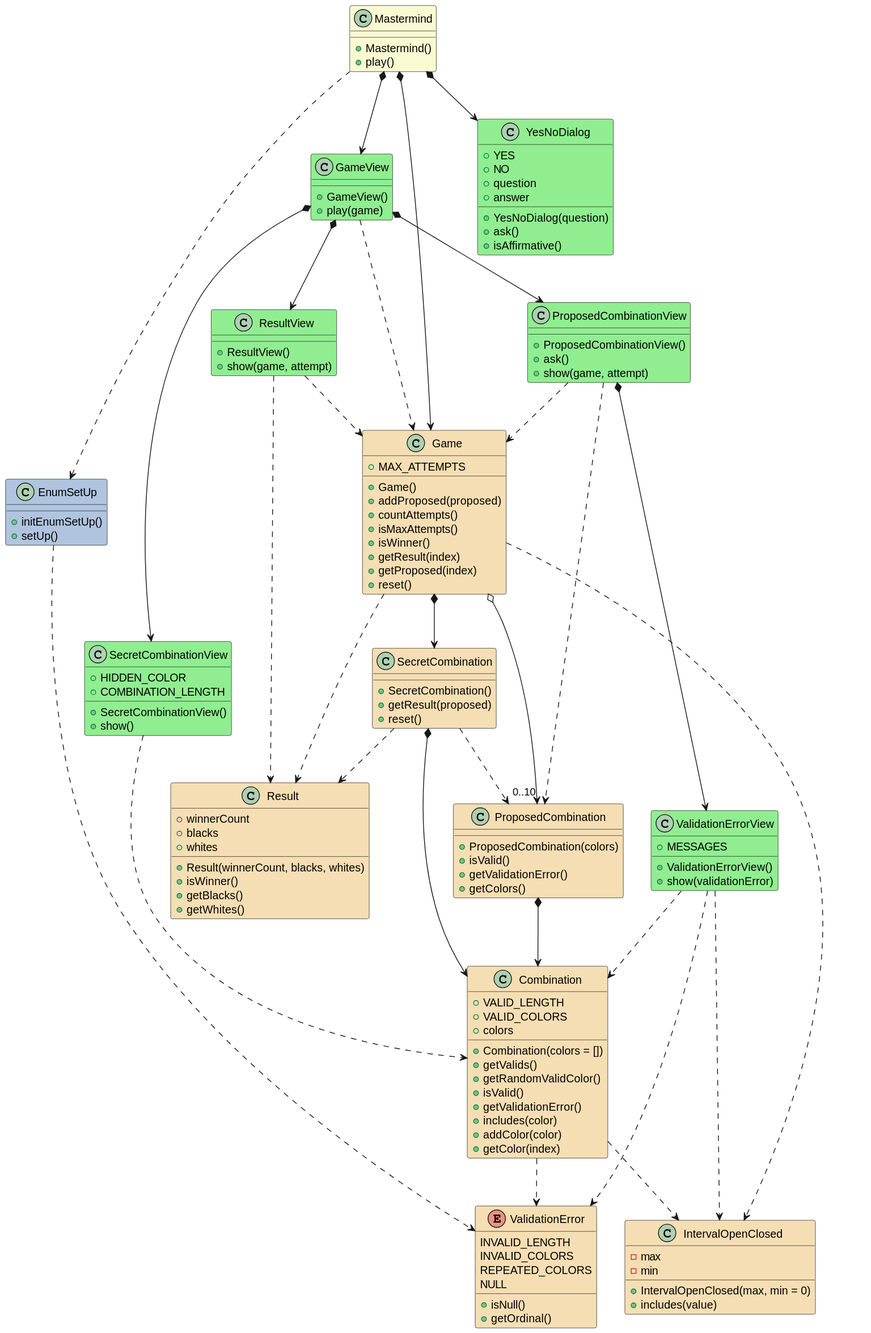
This is out/docs/dev-resume/analysis/analysis.svg from PabloMartinFluvia/myGame-mastermind, a PlantUML export, as it was before one commit.
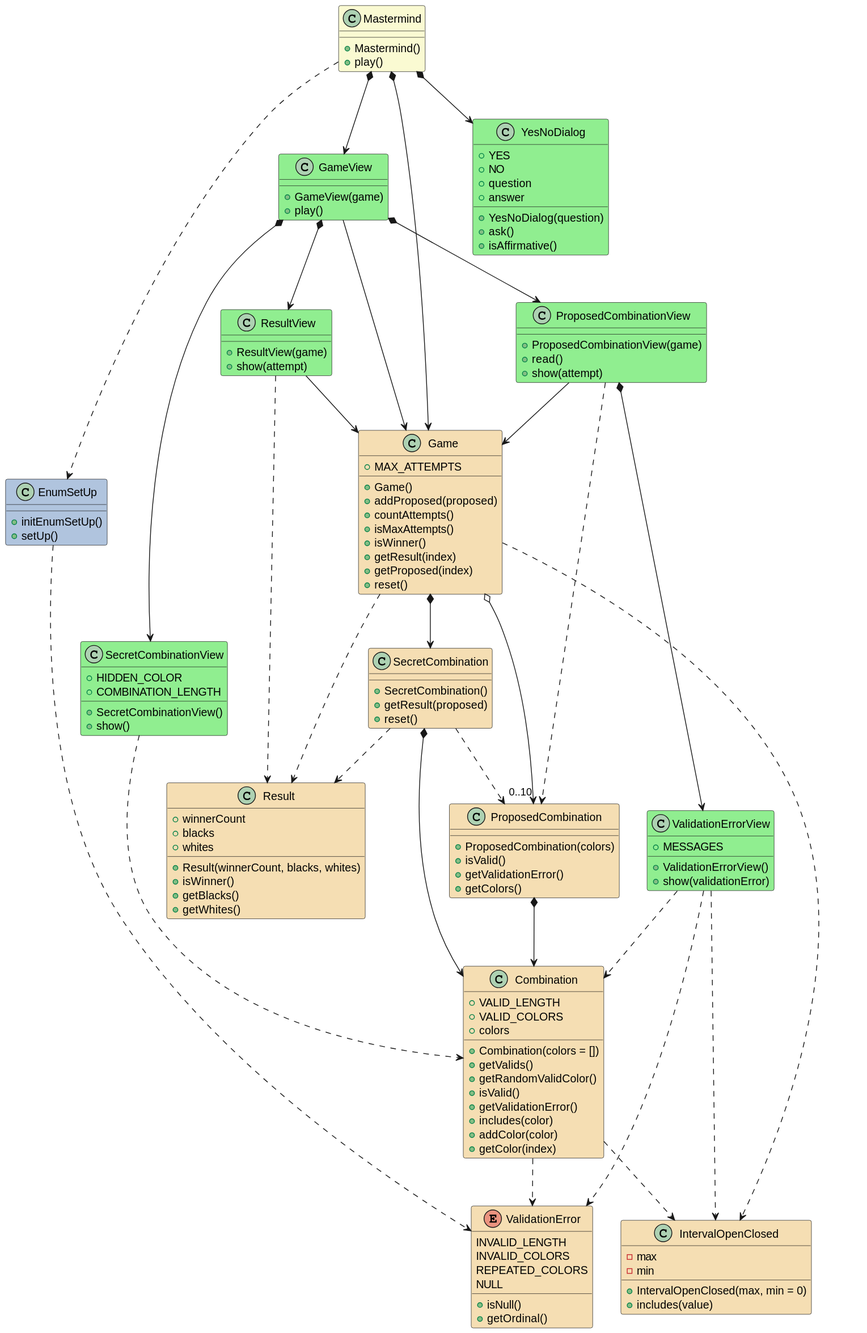
After the change.

Diff of the diagram source:
```diff
@@ -11,13 +11,13 @@
 
 class GameView #LightGreen {
 
-    + GameView()
-    + play(game)
+    + GameView(game)
+    + play()
 }
 GameView *--> SecretCombinationView
 GameView *--> ProposedCombinationView
 GameView *--> ResultView
-GameView ..> Game
+GameView --> Game
 
 
 class SecretCombinationView #LightGreen {
@@ -31,12 +31,12 @@
 
 class ProposedCombinationView #LightGreen {
 
-    + ProposedCombinationView()
-    + ask()
-    + show(game, attempt)
+    + ProposedCombinationView(game)
+    + read()
+    + show(attempt)
 }
 ProposedCombinationView *--> ValidationErrorView
-ProposedCombinationView ..> Game
+ProposedCombinationView --> Game
 ProposedCombinationView ..> ProposedCombination
 
 class ValidationErrorView #LightGreen {
@@ -52,10 +52,10 @@
 
 class ResultView #LightGreen {
 
-    + ResultView()
-    + show(game, attempt)
+    + ResultView(game)
+    + show(attempt)
 }
-ResultView ..> Game
+ResultView --> Game
 ResultView ..> Result
 
 class Game #Wheat{
```
